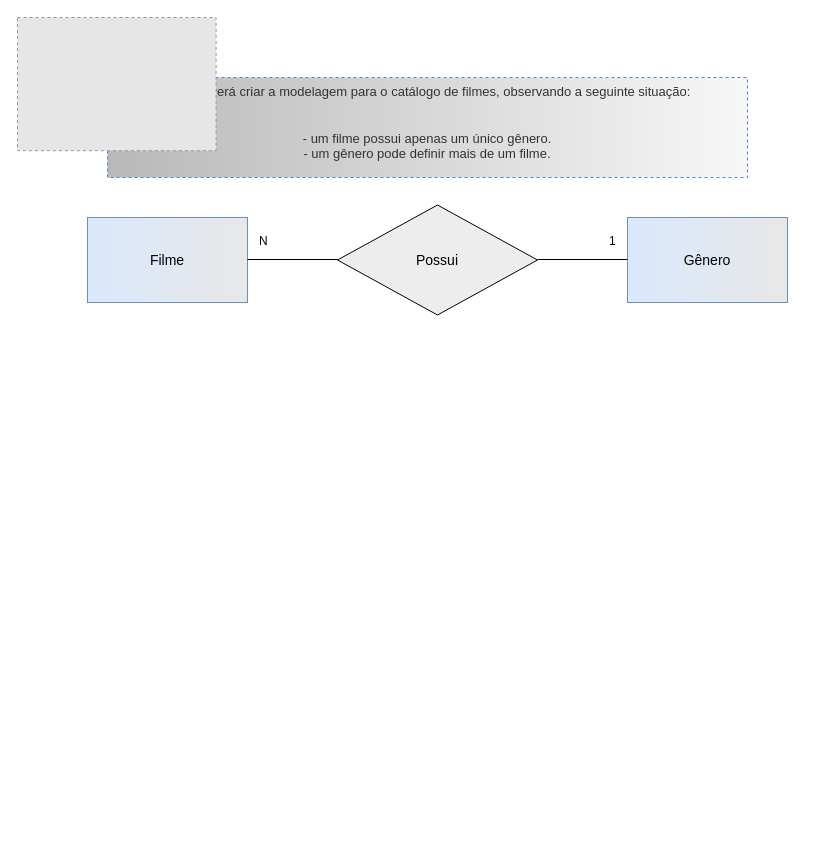
Earlier version of the draw.io diagram exercicios 24.07/1.0_exercicio_filmes/exercicio 1.0.drawio (Lucca-gOn/entidade_relacionamento). Source tidied: cells renumbered, new cells numbered last; positions are measured from the earlier drawing's top-left corner, leaving out a move shared by most shapes. Both pictures are drawn from the tidied source at 100%, with x=0, y=0 at pixel (17, 17). Pictures stored in the file or linked from it are replaced by grey dashed boxes.
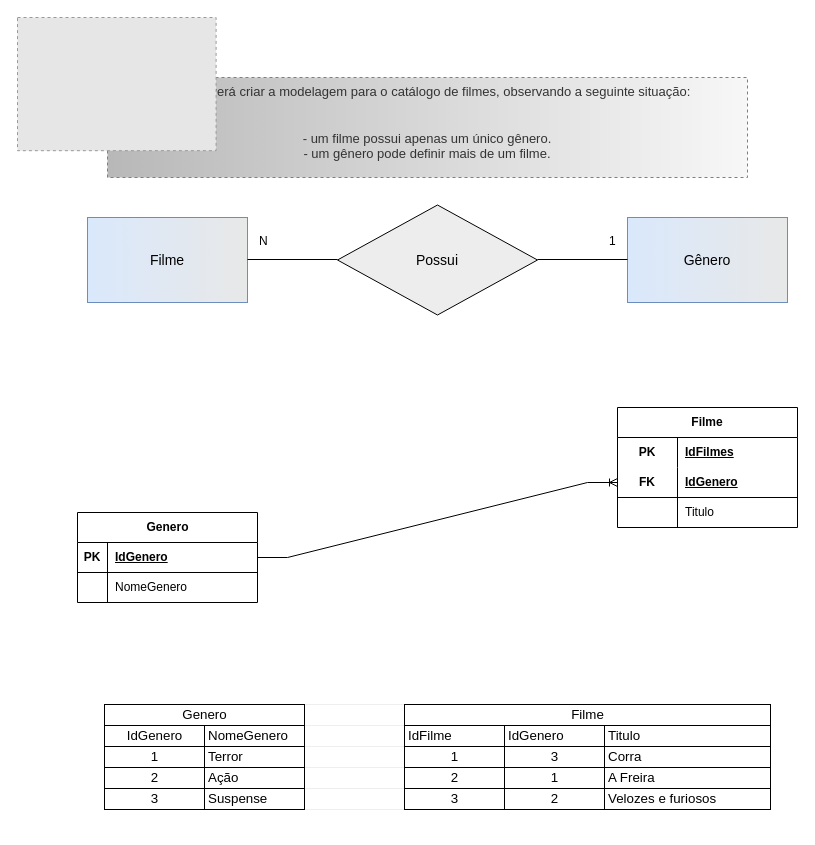
The same diagram, later.

What changed in the source:
```diff
@@
+    <mxCell id="11" value="Filme" style="shape=table;startSize=30;childLayout=tableLayout;rowLines=0;fontStyle=1;align=center;html=1;whiteSpace=wrap;" parent="1" vertex="1">
+      <mxGeometry x="600" y="390" width="180" height="120" as="geometry" />
+    </mxCell>
+    <mxCell id="12" style="shape=tableRow;horizontal=0;startSize=0;swimlaneHead=0;swimlaneBody=0;fillColor=none;top=0;left=0;right=0;bottom=0;html=1;" parent="11" vertex="1">
+      <mxGeometry y="30" width="180" height="30" as="geometry" />
+    </mxCell>
+    <mxCell id="13" value="PK" style="shape=partialRectangle;fillColor=none;top=0;left=0;bottom=0;right=0;fontStyle=1;overflow=hidden;html=1;whiteSpace=wrap;" parent="12" vertex="1">
+      <mxGeometry width="60" height="30" as="geometry" />
+    </mxCell>
+    <mxCell id="14" value="IdFilmes" style="shape=partialRectangle;fillColor=none;top=0;left=0;bottom=0;right=0;align=left;spacingLeft=6;fontStyle=5;overflow=hidden;html=1;whiteSpace=wrap;" parent="12" vertex="1">
+      <mxGeometry x="60" width="120" height="30" as="geometry" />
+    </mxCell>
+    <mxCell id="15" style="shape=tableRow;horizontal=0;startSize=0;swimlaneHead=0;swimlaneBody=0;fillColor=none;points=[[0,0.5],[1,0.5]];portConstraint=eastwest;top=0;left=0;right=0;bottom=1;html=1;" parent="11" vertex="1">
+      <mxGeometry y="60" width="180" height="30" as="geometry" />
+    </mxCell>
+    <mxCell id="16" value="FK" style="shape=partialRectangle;fillColor=none;top=0;left=0;bottom=0;right=0;fontStyle=1;overflow=hidden;html=1;whiteSpace=wrap;" parent="15" vertex="1">
+      <mxGeometry width="60" height="30" as="geometry" />
+    </mxCell>
+    <mxCell id="17" value="IdGenero" style="shape=partialRectangle;fillColor=none;top=0;left=0;bottom=0;right=0;align=left;spacingLeft=6;fontStyle=5;overflow=hidden;html=1;whiteSpace=wrap;" parent="15" vertex="1">
+      <mxGeometry x="60" width="120" height="30" as="geometry" />
+    </mxCell>
+    <mxCell id="18" style="shape=tableRow;horizontal=0;startSize=0;swimlaneHead=0;swimlaneBody=0;fillColor=none;top=0;left=0;right=0;bottom=0;html=1;" parent="11" vertex="1">
+      <mxGeometry y="90" width="180" height="30" as="geometry" />
+    </mxCell>
+    <mxCell id="19" style="shape=partialRectangle;fillColor=none;top=0;left=0;bottom=0;right=0;overflow=hidden;html=1;whiteSpace=wrap;" parent="18" vertex="1">
+      <mxGeometry width="60" height="30" as="geometry" />
+    </mxCell>
+    <mxCell id="20" value="Titulo" style="shape=partialRectangle;fillColor=none;top=0;left=0;bottom=0;right=0;align=left;spacingLeft=6;overflow=hidden;html=1;whiteSpace=wrap;" parent="18" vertex="1">
+      <mxGeometry x="60" width="120" height="30" as="geometry" />
+    </mxCell>
+    <mxCell id="21" value="Genero" style="shape=table;startSize=30;childLayout=tableLayout;rowLines=0;fontStyle=1;align=center;html=1;" parent="1" vertex="1">
+      <mxGeometry x="60" y="495" width="180" height="90" as="geometry" />
+    </mxCell>
+    <mxCell id="22" style="shape=tableRow;horizontal=0;startSize=0;swimlaneHead=0;swimlaneBody=0;fillColor=none;points=[[0,0.5],[1,0.5]];portConstraint=eastwest;top=0;left=0;right=0;bottom=1;" parent="21" vertex="1">
+      <mxGeometry y="30" width="180" height="30" as="geometry" />
+    </mxCell>
+    <mxCell id="23" value="PK" style="shape=partialRectangle;fillColor=none;top=0;left=0;bottom=0;right=0;fontStyle=1;overflow=hidden;whiteSpace=wrap;html=1;" parent="22" vertex="1">
+      <mxGeometry width="30" height="30" as="geometry" />
+    </mxCell>
+    <mxCell id="24" value="IdGenero" style="shape=partialRectangle;fillColor=none;top=0;left=0;bottom=0;right=0;align=left;spacingLeft=6;fontStyle=5;overflow=hidden;whiteSpace=wrap;html=1;" parent="22" vertex="1">
+      <mxGeometry x="30" width="150" height="30" as="geometry" />
+    </mxCell>
+    <mxCell id="25" style="shape=tableRow;horizontal=0;startSize=0;swimlaneHead=0;swimlaneBody=0;fillColor=none;top=0;left=0;right=0;bottom=0;" parent="21" vertex="1">
+      <mxGeometry y="60" width="180" height="30" as="geometry" />
+    </mxCell>
+    <mxCell id="26" style="shape=partialRectangle;fillColor=none;top=0;left=0;bottom=0;right=0;overflow=hidden;whiteSpace=wrap;html=1;" parent="25" vertex="1">
+      <mxGeometry width="30" height="30" as="geometry" />
+    </mxCell>
+    <mxCell id="27" value="NomeGenero" style="shape=partialRectangle;fillColor=none;top=0;left=0;bottom=0;right=0;align=left;spacingLeft=6;overflow=hidden;whiteSpace=wrap;html=1;" parent="25" vertex="1">
+      <mxGeometry x="30" width="150" height="30" as="geometry" />
+    </mxCell>
+    <mxCell id="28" style="edgeStyle=entityRelationEdgeStyle;fontSize=12;html=1;endArrow=ERoneToMany;rounded=0;entryX=0;entryY=0.5;entryDx=0;entryDy=0;exitX=1;exitY=0.5;exitDx=0;exitDy=0;" parent="1" edge="1" source="22" target="15">
+      <mxGeometry relative="1" as="geometry" />
+    </mxCell>
+    <mxCell id="29" value="&lt;table xmlns=&quot;http://www.w3.org/1999/xhtml&quot; cellspacing=&quot;0&quot; cellpadding=&quot;0&quot; dir=&quot;ltr&quot; border=&quot;1&quot; style=&quot;table-layout:fixed;font-size:10pt;font-family:Arial;width:0px;border-collapse:collapse;border:none&quot;&gt;&lt;colgroup&gt;&lt;col width=&quot;100&quot;&gt;&lt;col width=&quot;100&quot;&gt;&lt;col width=&quot;100&quot;&gt;&lt;col width=&quot;100&quot;&gt;&lt;col width=&quot;100&quot;&gt;&lt;col width=&quot;166&quot;&gt;&lt;/colgroup&gt;&lt;tbody&gt;&lt;tr style=&quot;height:21px;&quot;&gt;&lt;td style=&quot;border-top:1px solid #000000;border-right:1px solid #000000;border-bottom:1px solid #000000;border-left:1px solid #000000;overflow:hidden;padding:2px 3px 2px 3px;vertical-align:bottom;text-align:center;&quot; rowspan=&quot;1&quot; colspan=&quot;2&quot;&gt;Genero&lt;/td&gt;&lt;td style=&quot;border-right:1px solid #000000;overflow:hidden;padding:2px 3px 2px 3px;vertical-align:bottom;&quot;&gt;&lt;/td&gt;&lt;td style=&quot;border-top:1px solid #000000;border-right:1px solid #000000;border-bottom:1px solid #000000;overflow:hidden;padding:2px 3px 2px 3px;vertical-align:bottom;text-align:center;&quot; rowspan=&quot;1&quot; colspan=&quot;3&quot;&gt;Filme&lt;/td&gt;&lt;/tr&gt;&lt;tr style=&quot;height:21px;&quot;&gt;&lt;td style=&quot;border-right:1px solid #000000;border-bottom:1px solid #000000;border-left:1px solid #000000;overflow:hidden;padding:2px 3px 2px 3px;vertical-align:bottom;text-align:center;&quot;&gt;IdGenero&lt;/td&gt;&lt;td style=&quot;border-right:1px solid #000000;border-bottom:1px solid #000000;overflow:hidden;padding:2px 3px 2px 3px;vertical-align:bottom;&quot;&gt;NomeGenero&lt;/td&gt;&lt;td style=&quot;border-right:1px solid #000000;overflow:hidden;padding:2px 3px 2px 3px;vertical-align:bottom;&quot;&gt;&lt;/td&gt;&lt;td style=&quot;border-right:1px solid #000000;border-bottom:1px solid #000000;overflow:hidden;padding:2px 3px 2px 3px;vertical-align:bottom;&quot;&gt;IdFilme&lt;/td&gt;&lt;td style=&quot;border-right:1px solid #000000;border-bottom:1px solid #000000;overflow:hidden;padding:2px 3px 2px 3px;vertical-align:bottom;&quot;&gt;IdGenero&lt;/td&gt;&lt;td style=&quot;border-right:1px solid #000000;border-bottom:1px solid #000000;overflow:hidden;padding:2px 3px 2px 3px;vertical-align:bottom;&quot;&gt;Titulo&lt;/td&gt;&lt;/tr&gt;&lt;tr style=&quot;height:21px;&quot;&gt;&lt;td style=&quot;border-right:1px solid #000000;border-bottom:1px solid #000000;border-left:1px solid #000000;overflow:hidden;padding:2px 3px 2px 3px;vertical-align:bottom;text-align:center;&quot;&gt;1&lt;/td&gt;&lt;td style=&quot;border-right:1px solid #000000;border-bottom:1px solid #000000;overflow:hidden;padding:2px 3px 2px 3px;vertical-align:bottom;&quot;&gt;Terror&lt;/td&gt;&lt;td style=&quot;border-right:1px solid #000000;overflow:hidden;padding:2px 3px 2px 3px;vertical-align:bottom;&quot;&gt;&lt;/td&gt;&lt;td style=&quot;border-right:1px solid #000000;border-bottom:1px solid #000000;overflow:hidden;padding:2px 3px 2px 3px;vertical-align:bottom;text-align:center;&quot;&gt;1&lt;/td&gt;&lt;td style=&quot;border-right:1px solid #000000;border-bottom:1px solid #000000;overflow:hidden;padding:2px 3px 2px 3px;vertical-align:bottom;text-align:center;&quot;&gt;3&lt;/td&gt;&lt;td style=&quot;border-right:1px solid #000000;border-bottom:1px solid #000000;overflow:hidden;padding:2px 3px 2px 3px;vertical-align:bottom;&quot;&gt;Corra&lt;/td&gt;&lt;/tr&gt;&lt;tr style=&quot;height:21px;&quot;&gt;&lt;td style=&quot;border-right:1px solid #000000;border-bottom:1px solid #000000;border-left:1px solid #000000;overflow:hidden;padding:2px 3px 2px 3px;vertical-align:bottom;text-align:center;&quot;&gt;2&lt;/td&gt;&lt;td style=&quot;border-right:1px solid #000000;border-bottom:1px solid #000000;overflow:hidden;padding:2px 3px 2px 3px;vertical-align:bottom;&quot;&gt;Ação&lt;/td&gt;&lt;td style=&quot;border-right:1px solid #000000;overflow:hidden;padding:2px 3px 2px 3px;vertical-align:bottom;&quot;&gt;&lt;/td&gt;&lt;td style=&quot;border-right:1px solid #000000;border-bottom:1px solid #000000;overflow:hidden;padding:2px 3px 2px 3px;vertical-align:bottom;text-align:center;&quot;&gt;2&lt;/td&gt;&lt;td style=&quot;border-right:1px solid #000000;border-bottom:1px solid #000000;overflow:hidden;padding:2px 3px 2px 3px;vertical-align:bottom;text-align:center;&quot;&gt;1&lt;/td&gt;&lt;td style=&quot;border-right:1px solid #000000;border-bottom:1px solid #000000;overflow:hidden;padding:2px 3px 2px 3px;vertical-align:bottom;&quot;&gt;A Freira&lt;/td&gt;&lt;/tr&gt;&lt;tr style=&quot;height:21px;&quot;&gt;&lt;td style=&quot;border-right:1px solid #000000;border-bottom:1px solid #000000;border-left:1px solid #000000;overflow:hidden;padding:2px 3px 2px 3px;vertical-align:bottom;text-align:center;&quot;&gt;3&lt;/td&gt;&lt;td style=&quot;border-right:1px solid #000000;border-bottom:1px solid #000000;overflow:hidden;padding:2px 3px 2px 3px;vertical-align:bottom;&quot;&gt;Suspense&lt;/td&gt;&lt;td style=&quot;border-right:1px solid #000000;overflow:hidden;padding:2px 3px 2px 3px;vertical-align:bottom;&quot;&gt;&lt;/td&gt;&lt;td style=&quot;border-right:1px solid #000000;border-bottom:1px solid #000000;overflow:hidden;padding:2px 3px 2px 3px;vertical-align:bottom;text-align:center;&quot;&gt;3&lt;/td&gt;&lt;td style=&quot;border-right:1px solid #000000;border-bottom:1px solid #000000;overflow:hidden;padding:2px 3px 2px 3px;vertical-align:bottom;text-align:center;&quot;&gt;2&lt;/td&gt;&lt;td style=&quot;border-right:1px solid #000000;border-bottom:1px solid #000000;overflow:hidden;padding:2px 3px 2px 3px;vertical-align:bottom;&quot;&gt;Velozes e furiosos&lt;/td&gt;&lt;/tr&gt;&lt;/tbody&gt;&lt;/table&gt;" style="text;whiteSpace=wrap;html=1;" parent="1" vertex="1">
+      <mxGeometry x="85" y="680" width="670" height="130" as="geometry" />
+    </mxCell>
```
